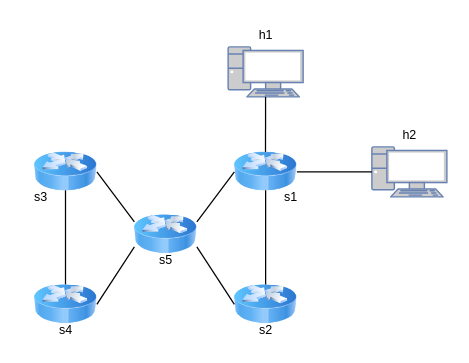
alsadiamir/p4Thesis2021 keeps this draw.io diagram as page "StarTopo" (3 of 5) of misc/publication.drawio. Above is the earlier version. Source tidied: cells renumbered, new cells numbered last; positions are measured from the earlier drawing's top-left corner, leaving out a move shared by most shapes. Both pictures are drawn from the tidied source at 125%, with x=0, y=0 at pixel (21, 21).
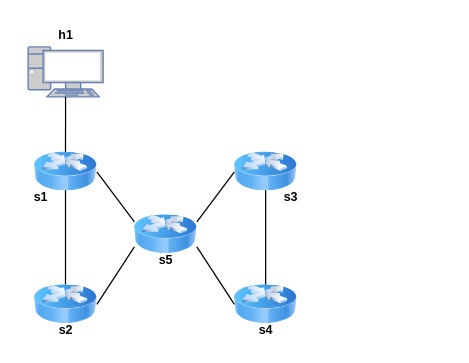
After the change.

The change refers to these unchanged cells:
```xml
<mxCell id="5" style="image;html=1;image=img/lib/clip_art/networking/Router_Icon_128x128.png;" parent="1" vertex="1">
  <mxGeometry x="170" y="100" width="50" height="40" as="geometry" />
</mxCell>
```

The edit, as a diff of the source:
```diff
@@
-    <mxCell id="8" style="fontColor=#0066CC;verticalAlign=top;verticalLabelPosition=bottom;labelPosition=center;align=center;html=1;outlineConnect=0;fillColor=#CCCCCC;strokeColor=#6881B3;gradientColor=none;gradientDirection=north;strokeWidth=2;shape=mxgraph.networks.pc;" parent="1" vertex="1">
-      <mxGeometry x="280" y="100" width="60" height="40" as="geometry" />
-    </mxCell>
-    <mxCell id="9" style="endArrow=none;html=1;rounded=0;exitX=1;exitY=0.5;exitDx=0;exitDy=0;" parent="1" edge="1" source="5" target="8">
-      <mxGeometry relative="1" as="geometry" />
-    </mxCell>
     <mxCell id="10" style="fontColor=#0066CC;verticalAlign=top;verticalLabelPosition=bottom;labelPosition=center;align=center;html=1;outlineConnect=0;fillColor=#CCCCCC;strokeColor=#6881B3;gradientColor=none;gradientDirection=north;strokeWidth=2;shape=mxgraph.networks.pc;" parent="1" vertex="1">
-      <mxGeometry x="165" y="20" width="60" height="40" as="geometry" />
+      <mxGeometry x="5" y="20" width="60" height="40" as="geometry" />
     </mxCell>
     <mxCell id="11" style="endArrow=none;html=1;rounded=0;" parent="1" edge="1" target="10">
       <mxGeometry relative="1" as="geometry">
-        <mxPoint x="194.9" y="104" as="sourcePoint" />
+        <mxPoint x="34.9" y="104" as="sourcePoint" />
       </mxGeometry>
     </mxCell>
-    <mxCell id="12" value="&lt;font style=&quot;font-size: 10px&quot;&gt;h1&lt;/font&gt;" style="text;html=1;align=center;verticalAlign=middle;strokeColor=none;fillColor=none;" parent="1" vertex="1">
-      <mxGeometry x="180" width="30" height="20" as="geometry" />
+    <mxCell id="12" value="&lt;font style=&quot;font-size: 10px&quot;&gt;&lt;b&gt;h1&lt;/b&gt;&lt;/font&gt;" style="text;html=1;align=center;verticalAlign=middle;strokeColor=none;fillColor=none;" parent="1" vertex="1">
+      <mxGeometry x="20" width="30" height="20" as="geometry" />
     </mxCell>
-    <mxCell id="13" value="&lt;font style=&quot;font-size: 10px&quot;&gt;h2&lt;/font&gt;" style="text;html=1;align=center;verticalAlign=middle;strokeColor=none;fillColor=none;" parent="1" vertex="1">
-      <mxGeometry x="295" y="80" width="30" height="20" as="geometry" />
-    </mxCell>
-    <mxCell id="14" value="&lt;font style=&quot;font-size: 10px&quot;&gt;s1&lt;/font&gt;" style="text;html=1;align=center;verticalAlign=middle;strokeColor=none;fillColor=none;" parent="1" vertex="1">
+    <mxCell id="14" value="&lt;font style=&quot;font-size: 10px&quot;&gt;&lt;b&gt;s3&lt;/b&gt;&lt;/font&gt;" style="text;html=1;align=center;verticalAlign=middle;strokeColor=none;fillColor=none;" parent="1" vertex="1">
       <mxGeometry x="200" y="130" width="30" height="20" as="geometry" />
     </mxCell>
-    <mxCell id="15" value="&lt;font style=&quot;font-size: 10px&quot;&gt;s2&lt;/font&gt;" style="text;html=1;align=center;verticalAlign=middle;strokeColor=none;fillColor=none;" parent="1" vertex="1">
+    <mxCell id="15" value="&lt;font style=&quot;font-size: 10px&quot;&gt;&lt;b&gt;s4&lt;/b&gt;&lt;/font&gt;" style="text;html=1;align=center;verticalAlign=middle;strokeColor=none;fillColor=none;" parent="1" vertex="1">
       <mxGeometry x="180" y="236" width="30" height="20" as="geometry" />
     </mxCell>
-    <mxCell id="16" value="&lt;font style=&quot;font-size: 10px&quot;&gt;s3&lt;/font&gt;" style="text;html=1;align=center;verticalAlign=middle;strokeColor=none;fillColor=none;" parent="1" vertex="1">
+    <mxCell id="16" value="&lt;font style=&quot;font-size: 10px&quot;&gt;&lt;b&gt;s1&lt;/b&gt;&lt;/font&gt;" style="text;html=1;align=center;verticalAlign=middle;strokeColor=none;fillColor=none;" parent="1" vertex="1">
       <mxGeometry y="130" width="30" height="20" as="geometry" />
     </mxCell>
-    <mxCell id="17" value="&lt;font style=&quot;font-size: 10px&quot;&gt;s4&lt;/font&gt;" style="text;html=1;align=center;verticalAlign=middle;strokeColor=none;fillColor=none;" parent="1" vertex="1">
+    <mxCell id="17" value="&lt;font style=&quot;font-size: 10px&quot;&gt;&lt;b&gt;s2&lt;/b&gt;&lt;/font&gt;" style="text;html=1;align=center;verticalAlign=middle;strokeColor=none;fillColor=none;" parent="1" vertex="1">
       <mxGeometry x="20" y="236" width="30" height="20" as="geometry" />
     </mxCell>
@@
-    <mxCell id="21" value="&lt;font style=&quot;font-size: 10px&quot;&gt;s5&lt;/font&gt;" style="text;html=1;align=center;verticalAlign=middle;strokeColor=none;fillColor=none;" parent="1" vertex="1">
+    <mxCell id="21" value="&lt;font style=&quot;font-size: 10px&quot;&gt;&lt;b&gt;s5&lt;/b&gt;&lt;/font&gt;" style="text;html=1;align=center;verticalAlign=middle;strokeColor=none;fillColor=none;" parent="1" vertex="1">
       <mxGeometry x="100" y="180" width="30" height="20" as="geometry" />
     </mxCell>
```
